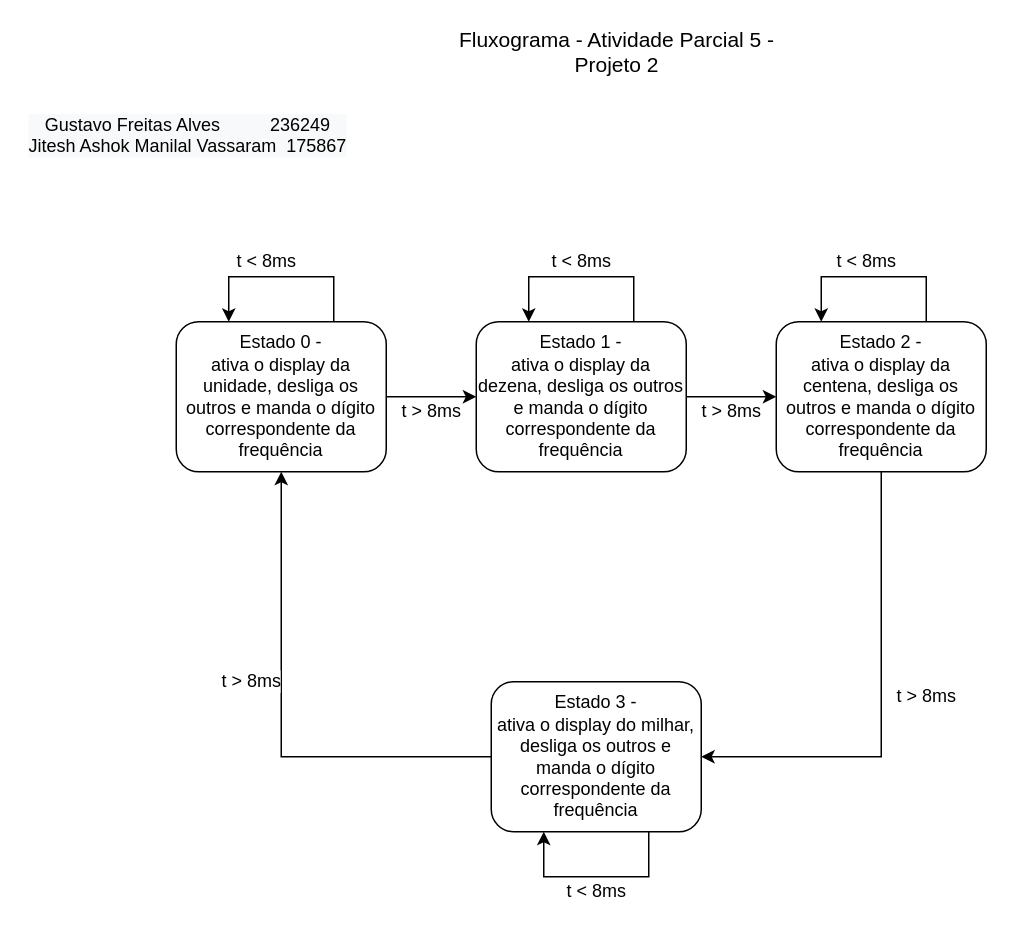
GustavoFA/EA076_2022_1S keeps this draw.io diagram as Projeto 2/EA076_Fluxograma_atv5.drawio. Above is the earlier version. Source tidied: cells renumbered, new cells numbered last; positions are measured from the earlier drawing's top-left corner, leaving out a move shared by most shapes. Both pictures are drawn from the tidied source at 150%, with x=0, y=0 at pixel (26, 28).
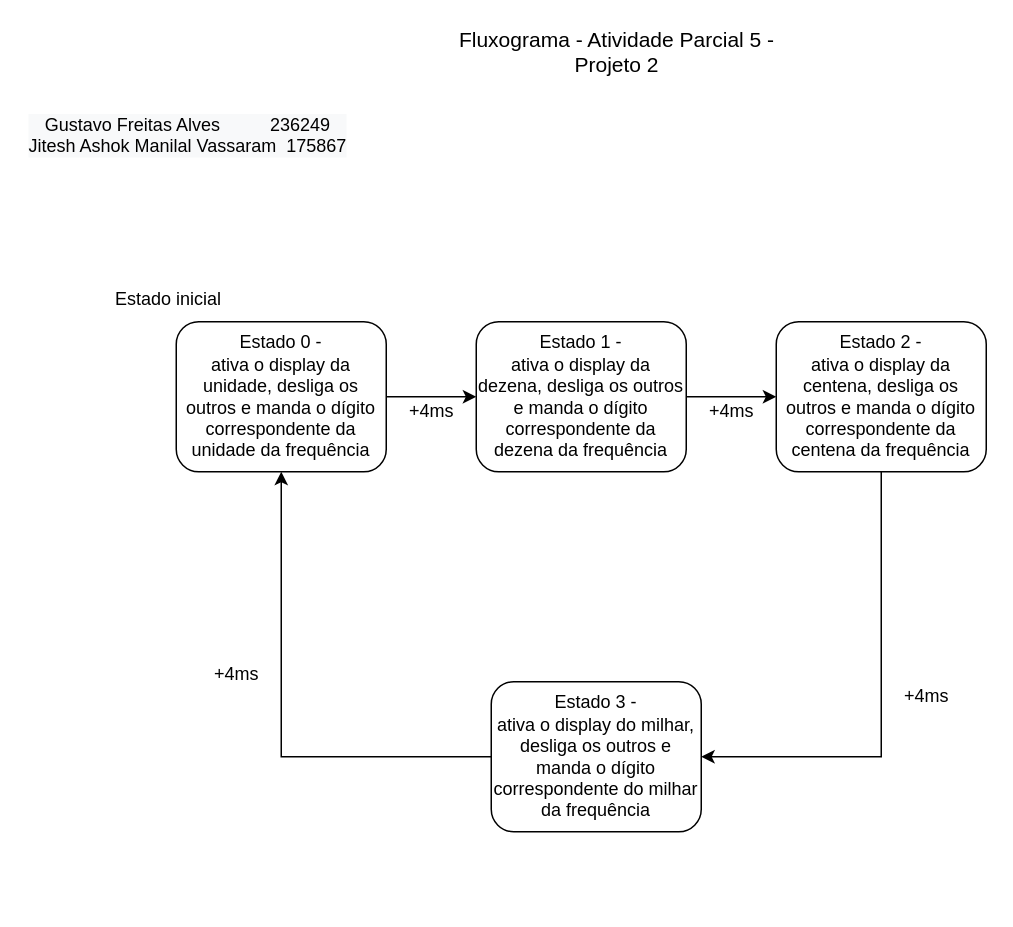
The same diagram, later.

What changed in the source:
```diff
@@
-    <mxCell id="2" value="t &amp;gt; 8ms" style="edgeStyle=orthogonalEdgeStyle;rounded=0;jettySize=auto;html=1;fontSize=12;" parent="1" edge="1" source="3" target="5">
+    <mxCell id="2" value="+4ms" style="edgeStyle=orthogonalEdgeStyle;rounded=0;jettySize=auto;html=1;fontSize=12;" parent="1" edge="1" source="3" target="5">
       <mxGeometry y="-10" relative="1" as="geometry" />
     </mxCell>
-    <mxCell id="3" value="Estado 0 -&lt;br&gt;ativa o display da unidade, desliga os outros e manda o dígito correspondente da frequência" style="rounded=1;whiteSpace=wrap;html=1;" parent="1" vertex="1">
+    <mxCell id="3" value="Estado 0 -&lt;br&gt;ativa o display da unidade, desliga os outros e manda o dígito correspondente da unidade da frequência" style="rounded=1;whiteSpace=wrap;html=1;" parent="1" vertex="1">
       <mxGeometry x="100" y="195" width="140" height="100" as="geometry" />
     </mxCell>
-    <mxCell id="4" value="t &amp;gt; 8ms" style="edgeStyle=orthogonalEdgeStyle;rounded=0;jettySize=auto;html=1;fontSize=12;" parent="1" edge="1" source="5" target="7">
+    <mxCell id="4" value="+4ms" style="edgeStyle=orthogonalEdgeStyle;rounded=0;jettySize=auto;html=1;fontSize=12;" parent="1" edge="1" source="5" target="7">
       <mxGeometry y="-10" relative="1" as="geometry" />
     </mxCell>
-    <mxCell id="5" value="Estado 1 -&lt;br&gt;ativa o display da dezena, desliga os outros e manda o dígito correspondente da frequência" style="rounded=1;whiteSpace=wrap;html=1;" parent="1" vertex="1">
+    <mxCell id="5" value="Estado 1 -&lt;br&gt;ativa o display da dezena, desliga os outros e manda o dígito correspondente da dezena da frequência" style="rounded=1;whiteSpace=wrap;html=1;" parent="1" vertex="1">
       <mxGeometry x="300" y="195" width="140" height="100" as="geometry" />
     </mxCell>
-    <mxCell id="6" value="t &amp;gt; 8ms" style="edgeStyle=orthogonalEdgeStyle;rounded=0;jettySize=auto;html=1;fontSize=12;" parent="1" edge="1" source="7" target="9">
+    <mxCell id="6" value="+4ms" style="edgeStyle=orthogonalEdgeStyle;rounded=0;jettySize=auto;html=1;fontSize=12;" parent="1" edge="1" source="7" target="9">
       <mxGeometry x="-0.03" y="30" relative="1" as="geometry">
         <Array as="points">
           <mxPoint x="570" y="485" />
         </Array>
       </mxGeometry>
     </mxCell>
-    <mxCell id="7" value="Estado 2 -&lt;br&gt;ativa o display da centena, desliga os outros e manda o dígito correspondente da frequência" style="rounded=1;whiteSpace=wrap;html=1;" parent="1" vertex="1">
+    <mxCell id="7" value="Estado 2 -&lt;br&gt;ativa o display da centena, desliga os outros e manda o dígito correspondente da centena da frequência" style="rounded=1;whiteSpace=wrap;html=1;" parent="1" vertex="1">
       <mxGeometry x="500" y="195" width="140" height="100" as="geometry" />
     </mxCell>
-    <mxCell id="8" value="t &amp;gt; 8ms" style="edgeStyle=orthogonalEdgeStyle;rounded=0;jettySize=auto;html=1;exitX=0;exitY=0.5;exitDx=0;exitDy=0;entryX=0.5;entryY=1;entryDx=0;entryDy=0;fontSize=12;" parent="1" edge="1" source="9" target="3">
-      <mxGeometry x="0.15" y="20" relative="1" as="geometry" />
+    <mxCell id="8" value="+4ms" style="edgeStyle=orthogonalEdgeStyle;rounded=0;jettySize=auto;html=1;exitX=0;exitY=0.5;exitDx=0;exitDy=0;entryX=0.5;entryY=1;entryDx=0;entryDy=0;fontSize=12;" parent="1" edge="1" source="9" target="3">
+      <mxGeometry x="0.18" y="30" relative="1" as="geometry" />
     </mxCell>
-    <mxCell id="9" value="Estado 3 -&lt;br&gt;ativa o display do milhar, desliga os outros e manda o dígito correspondente da frequência" style="rounded=1;whiteSpace=wrap;html=1;" parent="1" vertex="1">
+    <mxCell id="9" value="Estado 3 -&lt;br&gt;ativa o display do milhar, desliga os outros e manda o dígito correspondente do milhar da frequência" style="rounded=1;whiteSpace=wrap;html=1;" parent="1" vertex="1">
       <mxGeometry x="310" y="435" width="140" height="100" as="geometry" />
     </mxCell>
-    <mxCell id="10" value="&lt;font style=&quot;font-size: 12px&quot;&gt;t &amp;lt; 8ms&lt;/font&gt;" style="edgeStyle=orthogonalEdgeStyle;rounded=0;orthogonalLoop=1;jettySize=auto;html=1;exitX=0.75;exitY=0;exitDx=0;exitDy=0;entryX=0.25;entryY=0;entryDx=0;entryDy=0;" parent="1" edge="1" source="3" target="3">
-      <mxGeometry x="0.15" y="-10" relative="1" as="geometry">
-        <Array as="points">
-          <mxPoint x="205" y="165" />
-          <mxPoint x="135" y="165" />
-        </Array>
-      </mxGeometry>
-    </mxCell>
-    <mxCell id="11" value="t &amp;lt; 8ms" style="edgeStyle=orthogonalEdgeStyle;rounded=0;orthogonalLoop=1;jettySize=auto;html=1;exitX=0.75;exitY=0;exitDx=0;exitDy=0;entryX=0.25;entryY=0;entryDx=0;entryDy=0;fontSize=12;" parent="1" edge="1">
-      <mxGeometry y="-10" relative="1" as="geometry">
-        <mxPoint x="405" y="195" as="sourcePoint" />
-        <mxPoint x="335" y="195" as="targetPoint" />
-        <Array as="points">
-          <mxPoint x="405" y="165" />
-          <mxPoint x="335" y="165" />
-        </Array>
-      </mxGeometry>
-    </mxCell>
-    <mxCell id="12" value="t &amp;lt; 8ms" style="edgeStyle=orthogonalEdgeStyle;rounded=0;orthogonalLoop=1;jettySize=auto;html=1;exitX=0.75;exitY=0;exitDx=0;exitDy=0;entryX=0.25;entryY=0;entryDx=0;entryDy=0;fontSize=12;" parent="1" edge="1">
-      <mxGeometry x="0.08" y="-10" relative="1" as="geometry">
-        <mxPoint x="600" y="195" as="sourcePoint" />
-        <mxPoint x="530" y="195" as="targetPoint" />
-        <Array as="points">
-          <mxPoint x="600" y="165" />
-          <mxPoint x="530" y="165" />
-        </Array>
-      </mxGeometry>
-    </mxCell>
-    <mxCell id="13" value="&lt;font style=&quot;font-size: 12px&quot;&gt;t &amp;lt; 8ms&lt;/font&gt;" style="edgeStyle=orthogonalEdgeStyle;rounded=0;orthogonalLoop=1;jettySize=auto;html=1;exitX=0.75;exitY=1;exitDx=0;exitDy=0;entryX=0.25;entryY=1;entryDx=0;entryDy=0;" parent="1" edge="1" source="9" target="9">
-      <mxGeometry y="10" relative="1" as="geometry">
-        <Array as="points">
-          <mxPoint x="415" y="565" />
-          <mxPoint x="345" y="565" />
-        </Array>
-      </mxGeometry>
-    </mxCell>
@@
+    <mxCell id="16" value="Estado inicial" style="text;html=1;strokeColor=none;fillColor=none;align=center;verticalAlign=middle;whiteSpace=wrap;rounded=0;" parent="1" vertex="1">
+      <mxGeometry x="50" y="165" width="90" height="30" as="geometry" />
+    </mxCell>
```
